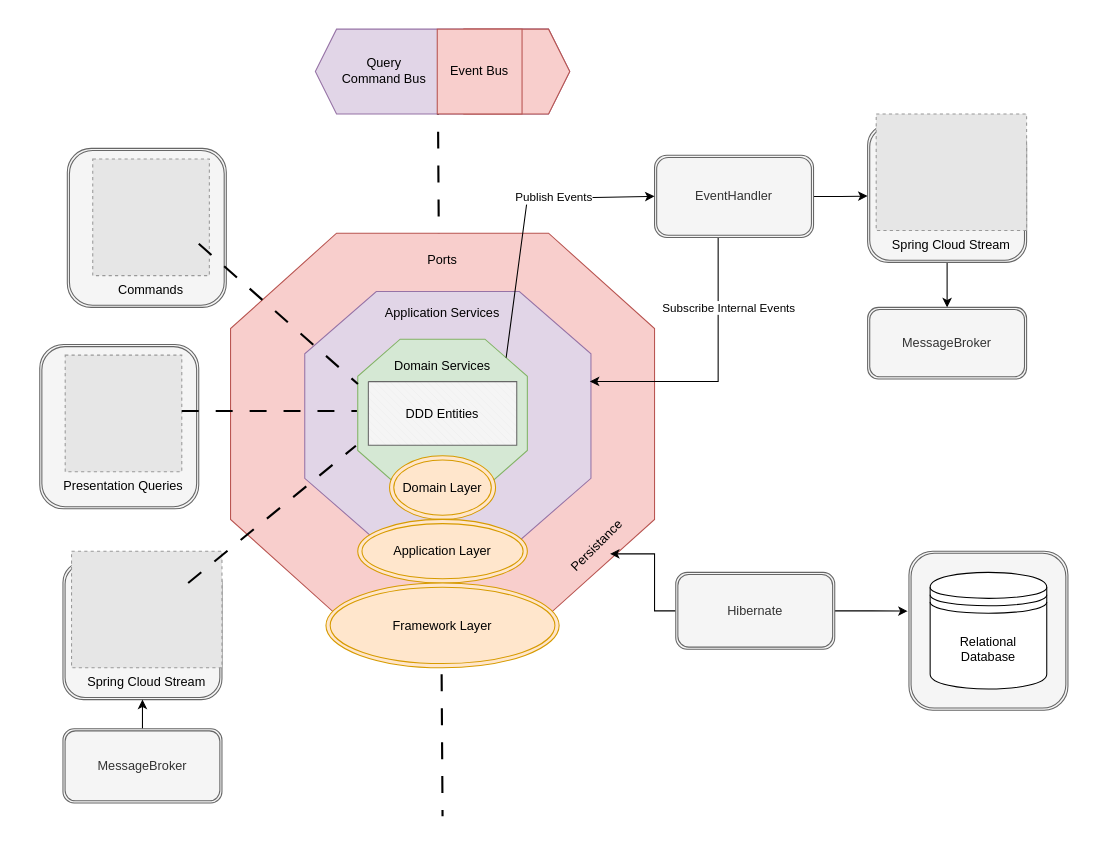
Before: page "Backend-Archticture" (2 of 3) of docs/System-Architecture.drawio in jasonhall0081/company-management, a draw.io diagram. Source tidied: cells renumbered, new cells numbered last; positions are measured from the earlier drawing's top-left corner, leaving out a move shared by most shapes. Both pictures are drawn from the tidied source at 106%, with x=0, y=0 at pixel (39, 29). Pictures stored in the file or linked from it are replaced by grey dashed boxes.
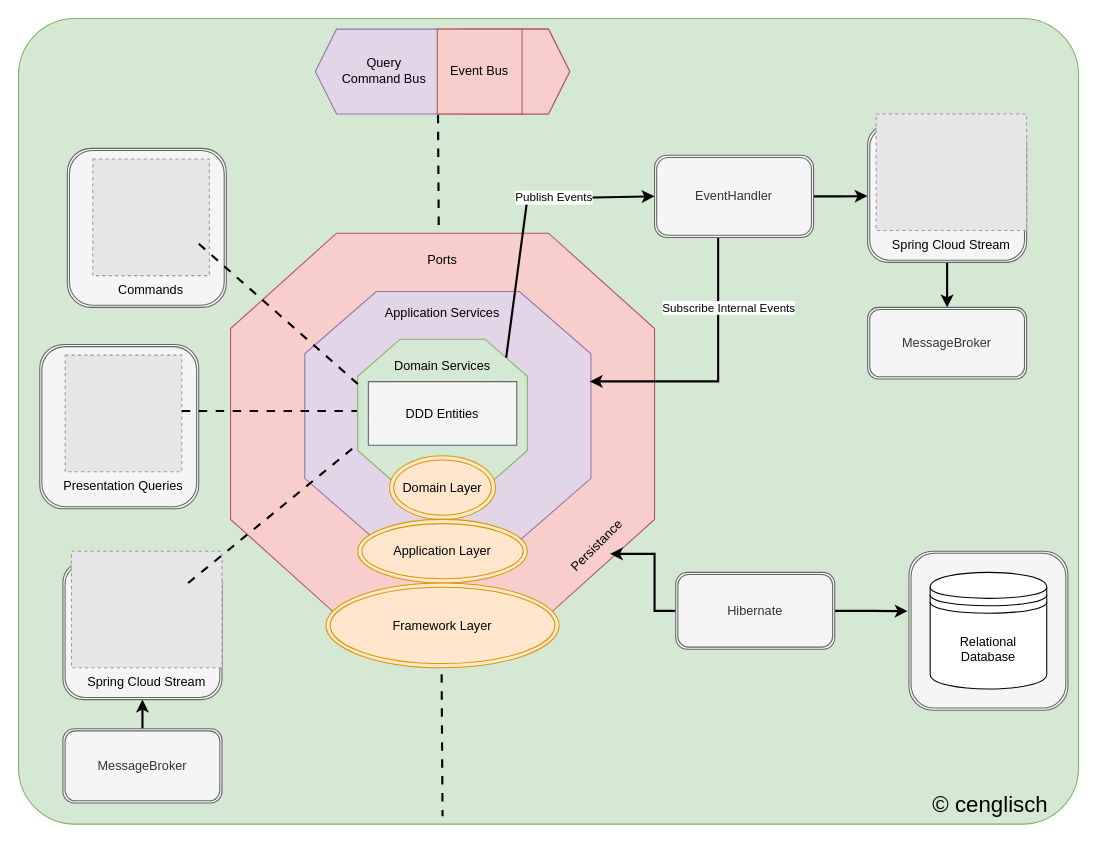
The same diagram, later.

Unchanged cells that the change refers to:
```xml
<mxCell id="3" style="shape=ext;double=1;rounded=1;whiteSpace=wrap;html=1;fillColor=#f5f5f5;strokeColor=#666666;fontColor=#333333;" parent="1" vertex="1">
  <mxGeometry x="21.9" y="502.5" width="150" height="130" as="geometry" />
</mxCell>
<mxCell id="10" style="verticalLabelPosition=bottom;verticalAlign=top;html=1;shape=mxgraph.basic.polygon;polyCoords=[[0.25,0],[0.75,0],[1,0.25],[1,0.75],[0.75,1],[0.25,1],[0,0.75],[0,0.25]];polyline=0;fillColor=#e1d5e7;strokeColor=#9673a6;" parent="1" vertex="1">
  <mxGeometry x="250" y="247.5" width="270" height="235" as="geometry" />
</mxCell>
<mxCell id="11" style="verticalLabelPosition=bottom;verticalAlign=top;html=1;shape=mxgraph.basic.polygon;polyCoords=[[0.25,0],[0.75,0],[1,0.25],[1,0.75],[0.75,1],[0.25,1],[0,0.75],[0,0.25]];polyline=0;fillColor=#d5e8d4;strokeColor=#82b366;" parent="1" vertex="1">
  <mxGeometry x="300" y="292.5" width="160" height="140" as="geometry" />
</mxCell>
<mxCell id="14" value="Domain Services" style="text;html=1;strokeColor=none;fillColor=none;align=center;verticalAlign=middle;whiteSpace=wrap;rounded=0;" parent="1" vertex="1">
  <mxGeometry x="320" y="302.5" width="120" height="30" as="geometry" />
</mxCell>
<mxCell id="29" value="Hibernate" style="shape=ext;double=1;rounded=1;whiteSpace=wrap;html=1;fillColor=#f5f5f5;strokeColor=#666666;fontColor=#333333;" parent="1" vertex="1">
  <mxGeometry x="600" y="512.5" width="150" height="72.5" as="geometry" />
</mxCell>
<mxCell id="30" value="Persistance" style="text;html=1;align=center;verticalAlign=middle;points=[];strokeColor=none;fillColor=none;fontColor=#000000;rotation=-45;" parent="1" vertex="1">
  <mxGeometry x="480" y="472.5" width="90" height="30" as="geometry" />
</mxCell>
<mxCell id="34" value="EventHandler" style="shape=ext;double=1;rounded=1;whiteSpace=wrap;html=1;fillColor=#f5f5f5;strokeColor=#666666;fontColor=#333333;" parent="1" vertex="1">
  <mxGeometry x="580" y="119" width="150" height="77.5" as="geometry" />
</mxCell>
<mxCell id="37" style="shape=ext;double=1;rounded=1;whiteSpace=wrap;html=1;fillColor=#f5f5f5;strokeColor=#666666;fontColor=#333333;" parent="1" vertex="1">
  <mxGeometry x="820" y="492.5" width="150" height="150" as="geometry" />
</mxCell>
<mxCell id="40" style="shape=ext;double=1;rounded=1;whiteSpace=wrap;html=1;fillColor=#f5f5f5;strokeColor=#666666;fontColor=#333333;" parent="1" vertex="1">
  <mxGeometry x="781" y="90" width="150" height="130" as="geometry" />
</mxCell>
<mxCell id="42" value="MessageBroker" style="shape=ext;double=1;rounded=1;whiteSpace=wrap;html=1;fillColor=#f5f5f5;strokeColor=#666666;fontColor=#333333;" parent="1" vertex="1">
  <mxGeometry x="781" y="262.5" width="150" height="67.5" as="geometry" />
</mxCell>
<mxCell id="44" value="MessageBroker" style="shape=ext;double=1;rounded=1;whiteSpace=wrap;html=1;fillColor=#f5f5f5;strokeColor=#666666;fontColor=#333333;" parent="1" vertex="1">
  <mxGeometry x="21.9" y="660" width="150" height="70" as="geometry" />
</mxCell>
```

What changed in the source:
```diff
@@
+    <mxCell id="45" style="rounded=1;whiteSpace=wrap;html=1;labelBackgroundColor=none;arcSize=7;fillColor=#d5e8d4;strokeColor=#82b366;" parent="1" vertex="1">
+      <mxGeometry x="-20" y="-10" width="1000" height="760" as="geometry" />
+    </mxCell>
@@
-    <mxCell id="8" style="endArrow=none;html=1;rounded=0;strokeColor=#000000;strokeWidth=2;fontColor=#000000;dashed=1;dashPattern=8 8;exitX=0.506;exitY=0.001;exitDx=0;exitDy=0;exitPerimeter=0;" parent="1" edge="1">
+    <mxCell id="8" style="endArrow=none;html=1;rounded=0;strokeColor=#000000;strokeWidth=2;fontColor=#000000;dashed=1;dashPattern=8 8;exitX=0.506;exitY=0.001;exitDx=0;exitDy=0;exitPerimeter=0;fixDash=1;" parent="1" edge="1">
       <mxGeometry relative="1" as="geometry">
         <mxPoint x="375.2" y="0.7" as="sourcePoint" />
         <mxPoint x="380" y="742.5" as="targetPoint" />
       </mxGeometry>
     </mxCell>
@@
-    <mxCell id="20" style="endArrow=none;html=1;rounded=0;strokeColor=#000000;strokeWidth=2;fontColor=#000000;dashed=1;dashPattern=8 8;entryX=-0.011;entryY=0.718;entryDx=0;entryDy=0;entryPerimeter=0;" parent="1" edge="1" target="11">
+    <mxCell id="20" style="endArrow=none;html=1;rounded=0;strokeColor=#000000;strokeWidth=2;fontColor=#000000;dashed=1;dashPattern=8 8;entryX=-0.011;entryY=0.718;entryDx=0;entryDy=0;entryPerimeter=0;fixDash=1;" parent="1" edge="1" target="11">
       <mxGeometry relative="1" as="geometry">
         <mxPoint x="140" y="522.5" as="sourcePoint" />
       </mxGeometry>
     </mxCell>
-    <mxCell id="21" style="endArrow=none;html=1;rounded=0;strokeColor=#000000;strokeWidth=2;fontColor=#000000;dashed=1;dashPattern=8 8;entryX=-0.005;entryY=0.484;entryDx=0;entryDy=0;entryPerimeter=0;" parent="1" edge="1" target="11">
+    <mxCell id="21" style="endArrow=none;html=1;rounded=0;strokeColor=#000000;strokeWidth=2;fontColor=#000000;dashed=1;dashPattern=8 8;entryX=-0.005;entryY=0.484;entryDx=0;entryDy=0;entryPerimeter=0;fixDash=1;" parent="1" edge="1" target="11">
       <mxGeometry relative="1" as="geometry">
         <mxPoint x="134" y="360.2" as="sourcePoint" />
       </mxGeometry>
     </mxCell>
-    <mxCell id="22" style="endArrow=none;html=1;rounded=0;strokeColor=#000000;strokeWidth=2;fontColor=#000000;dashed=1;dashPattern=8 8;entryX=0.001;entryY=0.302;entryDx=0;entryDy=0;entryPerimeter=0;" parent="1" edge="1" target="11">
+    <mxCell id="22" style="endArrow=none;html=1;rounded=0;strokeWidth=2;fontColor=#000000;dashed=1;dashPattern=8 8;entryX=0.001;entryY=0.302;entryDx=0;entryDy=0;entryPerimeter=0;shadow=0;backgroundOutline=1;fixDash=1;" parent="1" edge="1" target="11">
       <mxGeometry relative="1" as="geometry">
         <mxPoint x="150" y="202.5" as="sourcePoint" />
       </mxGeometry>
     </mxCell>
@@
-    <mxCell id="27" style="edgeStyle=orthogonalEdgeStyle;rounded=0;jettySize=auto;html=1;entryX=0.543;entryY=0.983;entryDx=0;entryDy=0;entryPerimeter=0;" parent="1" edge="1" source="29" target="30">
+    <mxCell id="27" style="edgeStyle=orthogonalEdgeStyle;rounded=0;jettySize=auto;html=1;entryX=0.543;entryY=0.983;entryDx=0;entryDy=0;entryPerimeter=0;strokeWidth=2;" parent="1" edge="1" source="29" target="30">
       <mxGeometry relative="1" as="geometry" />
     </mxCell>
-    <mxCell id="28" style="edgeStyle=orthogonalEdgeStyle;rounded=0;jettySize=auto;html=1;entryX=-0.008;entryY=0.377;entryDx=0;entryDy=0;entryPerimeter=0;" parent="1" edge="1" source="29" target="37">
+    <mxCell id="28" style="edgeStyle=orthogonalEdgeStyle;rounded=0;jettySize=auto;html=1;entryX=-0.008;entryY=0.377;entryDx=0;entryDy=0;entryPerimeter=0;strokeWidth=2;" parent="1" edge="1" source="29" target="37">
       <mxGeometry relative="1" as="geometry" />
     </mxCell>
@@
-    <mxCell id="31" style="edgeStyle=orthogonalEdgeStyle;rounded=0;jettySize=auto;html=1;" parent="1" edge="1" source="34">
+    <mxCell id="31" style="edgeStyle=orthogonalEdgeStyle;rounded=0;jettySize=auto;html=1;strokeWidth=2;" parent="1" edge="1" source="34">
       <mxGeometry relative="1" as="geometry">
         <mxPoint x="781" y="157.5" as="targetPoint" />
       </mxGeometry>
     </mxCell>
-    <mxCell id="32" style="edgeStyle=orthogonalEdgeStyle;rounded=0;jettySize=auto;html=1;entryX=0.996;entryY=0.361;entryDx=0;entryDy=0;entryPerimeter=0;" parent="1" edge="1" source="34" target="10">
+    <mxCell id="32" style="edgeStyle=orthogonalEdgeStyle;rounded=0;jettySize=auto;html=1;entryX=0.996;entryY=0.361;entryDx=0;entryDy=0;entryPerimeter=0;strokeWidth=2;" parent="1" edge="1" source="34" target="10">
       <mxGeometry relative="1" as="geometry">
         <Array as="points">
           <mxPoint x="640" y="332" />
         </Array>
       </mxGeometry>
     </mxCell>
@@
-    <mxCell id="35" style="endArrow=classic;html=1;rounded=0;entryX=0;entryY=0.5;entryDx=0;entryDy=0;exitX=1;exitY=0.25;exitDx=0;exitDy=0;" parent="1" edge="1" source="14" target="34">
+    <mxCell id="35" style="endArrow=classic;html=1;rounded=0;entryX=0;entryY=0.5;entryDx=0;entryDy=0;exitX=1;exitY=0.25;exitDx=0;exitDy=0;strokeWidth=2;" parent="1" edge="1" source="14" target="34">
       <mxGeometry relative="1" as="geometry">
         <Array as="points">
           <mxPoint x="460" y="160" />
         </Array>
       </mxGeometry>
     </mxCell>
@@
-    <mxCell id="39" style="edgeStyle=orthogonalEdgeStyle;rounded=0;jettySize=auto;html=1;entryX=0.5;entryY=0;entryDx=0;entryDy=0;" parent="1" edge="1" source="40" target="42">
+    <mxCell id="39" style="edgeStyle=orthogonalEdgeStyle;rounded=0;jettySize=auto;html=1;entryX=0.5;entryY=0;entryDx=0;entryDy=0;strokeWidth=2;" parent="1" edge="1" source="40" target="42">
       <mxGeometry relative="1" as="geometry" />
     </mxCell>
@@
-    <mxCell id="43" style="edgeStyle=orthogonalEdgeStyle;rounded=0;jettySize=auto;html=1;entryX=0.5;entryY=1;entryDx=0;entryDy=0;" parent="1" edge="1" source="44" target="3">
+    <mxCell id="43" style="edgeStyle=orthogonalEdgeStyle;rounded=0;jettySize=auto;html=1;entryX=0.5;entryY=1;entryDx=0;entryDy=0;strokeWidth=2;" parent="1" edge="1" source="44" target="3">
       <mxGeometry relative="1" as="geometry" />
     </mxCell>
@@
+    <mxCell id="46" value="&lt;font style=&quot;font-size: 21px;&quot;&gt;© cenglisch&lt;/font&gt;" style="text;html=1;strokeColor=none;fillColor=none;align=center;verticalAlign=middle;whiteSpace=wrap;rounded=0;" parent="1" vertex="1">
+      <mxGeometry x="819" y="716" width="156" height="30" as="geometry" />
+    </mxCell>
```
